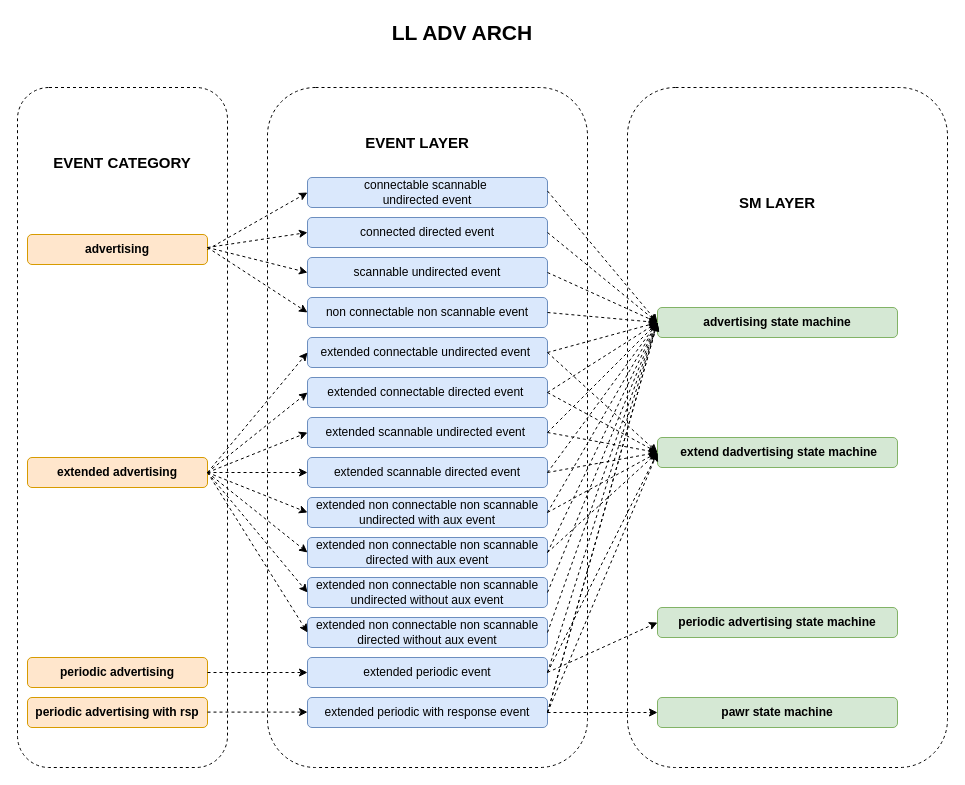
Above: doc/drawio/module/adv/adv.drawio in Coy681/tx_ble (draw.io), before the change. Source tidied: cells renumbered, new cells numbered last; positions are measured from the earlier drawing's top-left corner, leaving out a move shared by most shapes. Both pictures are drawn from the tidied source at 100%, with x=0, y=0 at pixel (17, 17).
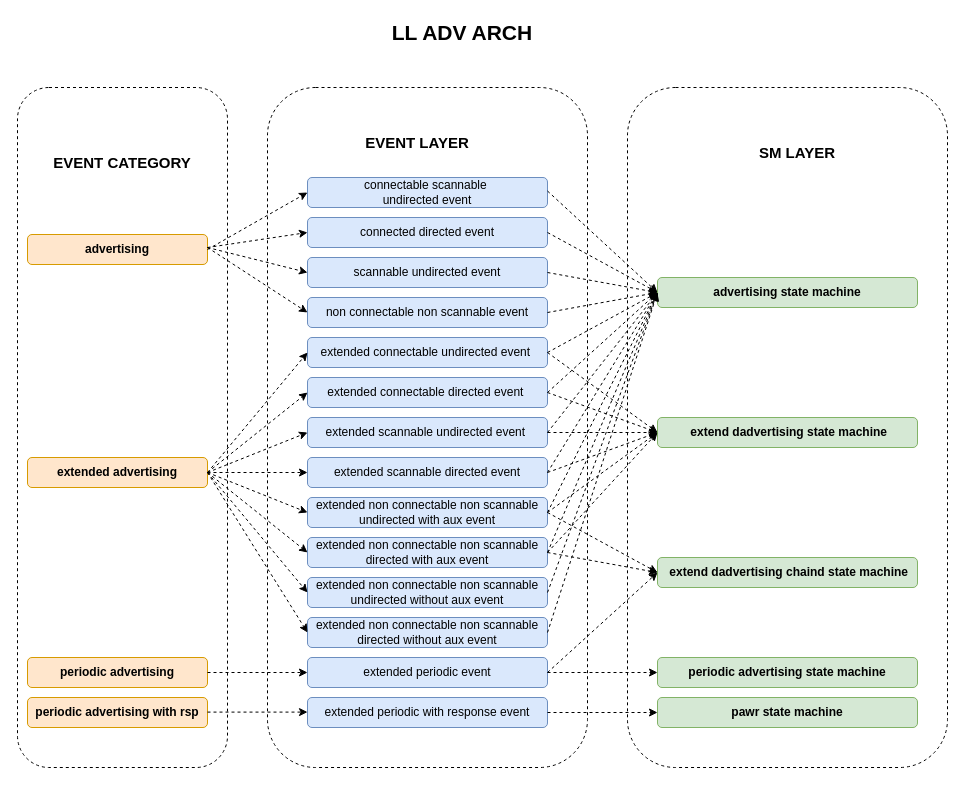
The same diagram, later.

The change refers to these unchanged cells:
```xml
<mxCell id="20" value="extended&amp;nbsp;&lt;span style=&quot;color: rgb(0, 0, 0);&quot;&gt;non connectable non scannable undirected with aux event&lt;/span&gt;" style="rounded=1;whiteSpace=wrap;html=1;fillColor=#dae8fc;strokeColor=#6c8ebf;" parent="1" vertex="1">
  <mxGeometry x="290" y="480" width="240" height="30" as="geometry" />
</mxCell>
<mxCell id="21" value="&lt;span style=&quot;color: rgb(0, 0, 0);&quot;&gt;extended&amp;nbsp;&lt;/span&gt;&lt;span style=&quot;color: rgb(0, 0, 0);&quot;&gt;non connectable non scannable directed with aux event&lt;/span&gt;" style="rounded=1;whiteSpace=wrap;html=1;fillColor=#dae8fc;strokeColor=#6c8ebf;" parent="1" vertex="1">
  <mxGeometry x="290" y="520" width="240" height="30" as="geometry" />
</mxCell>
<mxCell id="28" value="&lt;span style=&quot;color: rgb(0, 0, 0);&quot;&gt;extended periodic event&lt;/span&gt;" style="rounded=1;whiteSpace=wrap;html=1;fillColor=#dae8fc;strokeColor=#6c8ebf;" parent="1" vertex="1">
  <mxGeometry x="290" y="640" width="240" height="30" as="geometry" />
</mxCell>
<mxCell id="29" value="&lt;span style=&quot;color: rgb(0, 0, 0);&quot;&gt;extended periodic with response event&lt;/span&gt;" style="rounded=1;whiteSpace=wrap;html=1;fillColor=#dae8fc;strokeColor=#6c8ebf;" parent="1" vertex="1">
  <mxGeometry x="290" y="680" width="240" height="30" as="geometry" />
</mxCell>
```

What changed in the source:
```diff
@@
     <mxCell id="11" value="SM LAYER" style="text;html=1;align=center;verticalAlign=middle;whiteSpace=wrap;rounded=0;fontStyle=1;fontSize=15;" parent="1" vertex="1">
-      <mxGeometry x="710" y="170" width="100" height="30" as="geometry" />
+      <mxGeometry x="730" y="120" width="100" height="30" as="geometry" />
     </mxCell>
@@
     <mxCell id="22" value="advertising state machine" style="rounded=1;whiteSpace=wrap;html=1;fontStyle=1;fillColor=#d5e8d4;strokeColor=#82b366;" parent="1" vertex="1">
-      <mxGeometry x="640" y="290" width="240" height="30" as="geometry" />
+      <mxGeometry x="640" y="260" width="260" height="30" as="geometry" />
     </mxCell>
     <mxCell id="23" value="&amp;nbsp;extend dadvertising state machine" style="rounded=1;whiteSpace=wrap;html=1;fontStyle=1;fillColor=#d5e8d4;strokeColor=#82b366;" parent="1" vertex="1">
-      <mxGeometry x="640" y="420" width="240" height="30" as="geometry" />
+      <mxGeometry x="640" y="400" width="260" height="30" as="geometry" />
     </mxCell>
     <mxCell id="24" value="periodic advertising state machine" style="rounded=1;whiteSpace=wrap;html=1;fontStyle=1;fillColor=#d5e8d4;strokeColor=#82b366;" parent="1" vertex="1">
-      <mxGeometry x="640" y="590" width="240" height="30" as="geometry" />
+      <mxGeometry x="640" y="640" width="260" height="30" as="geometry" />
     </mxCell>
     <mxCell id="25" value="pawr state machine" style="rounded=1;whiteSpace=wrap;html=1;fontStyle=1;fillColor=#d5e8d4;strokeColor=#82b366;" parent="1" vertex="1">
-      <mxGeometry x="640" y="680" width="240" height="30" as="geometry" />
+      <mxGeometry x="640" y="680" width="260" height="30" as="geometry" />
     </mxCell>
@@
-    <mxCell id="63" style="endArrow=classic;html=1;exitX=1;exitY=0.5;exitDx=0;exitDy=0;dashed=1;entryX=0;entryY=0.5;entryDx=0;entryDy=0;" parent="1" edge="1" source="28" target="22">
-      <mxGeometry relative="1" as="geometry" />
-    </mxCell>
-    <mxCell id="64" style="endArrow=classic;html=1;exitX=1;exitY=0.5;exitDx=0;exitDy=0;dashed=1;entryX=0;entryY=0.5;entryDx=0;entryDy=0;" parent="1" edge="1" source="29" target="22">
-      <mxGeometry relative="1" as="geometry" />
-    </mxCell>
-    <mxCell id="65" style="endArrow=classic;html=1;dashed=1;entryX=0;entryY=0.5;entryDx=0;entryDy=0;exitX=1;exitY=0.5;exitDx=0;exitDy=0;" parent="1" edge="1" source="28" target="23">
-      <mxGeometry relative="1" as="geometry" />
-    </mxCell>
@@
-    <mxCell id="67" style="endArrow=classic;html=1;exitX=1;exitY=0.5;exitDx=0;exitDy=0;dashed=1;entryX=0;entryY=0.5;entryDx=0;entryDy=0;" parent="1" edge="1" source="29" target="22">
-      <mxGeometry relative="1" as="geometry" />
-    </mxCell>
@@
-    <mxCell id="69" style="endArrow=classic;html=1;exitX=1;exitY=0.5;exitDx=0;exitDy=0;dashed=1;entryX=0;entryY=0.5;entryDx=0;entryDy=0;" parent="1" edge="1" source="29" target="23">
-      <mxGeometry relative="1" as="geometry" />
+    <mxCell id="69" value="&amp;nbsp;extend dadvertising chaind state machine" style="rounded=1;whiteSpace=wrap;html=1;fontStyle=1;fillColor=#d5e8d4;strokeColor=#82b366;" parent="1" vertex="1">
+      <mxGeometry x="640" y="540" width="260" height="30" as="geometry" />
     </mxCell>
+    <mxCell id="70" style="endArrow=classic;html=1;entryX=0;entryY=0.5;entryDx=0;entryDy=0;dashed=1;exitX=1;exitY=0.5;exitDx=0;exitDy=0;" parent="1" edge="1" source="20" target="69">
+      <mxGeometry relative="1" as="geometry" />
+    </mxCell>
+    <mxCell id="71" style="endArrow=classic;html=1;entryX=0;entryY=0.5;entryDx=0;entryDy=0;dashed=1;exitX=1;exitY=0.5;exitDx=0;exitDy=0;" parent="1" edge="1" source="21" target="69">
+      <mxGeometry relative="1" as="geometry" />
+    </mxCell>
+    <mxCell id="72" style="endArrow=classic;html=1;exitX=1;exitY=0.5;exitDx=0;exitDy=0;dashed=1;entryX=0;entryY=0.5;entryDx=0;entryDy=0;" parent="1" edge="1" source="28" target="69">
+      <mxGeometry relative="1" as="geometry" />
+    </mxCell>
```
